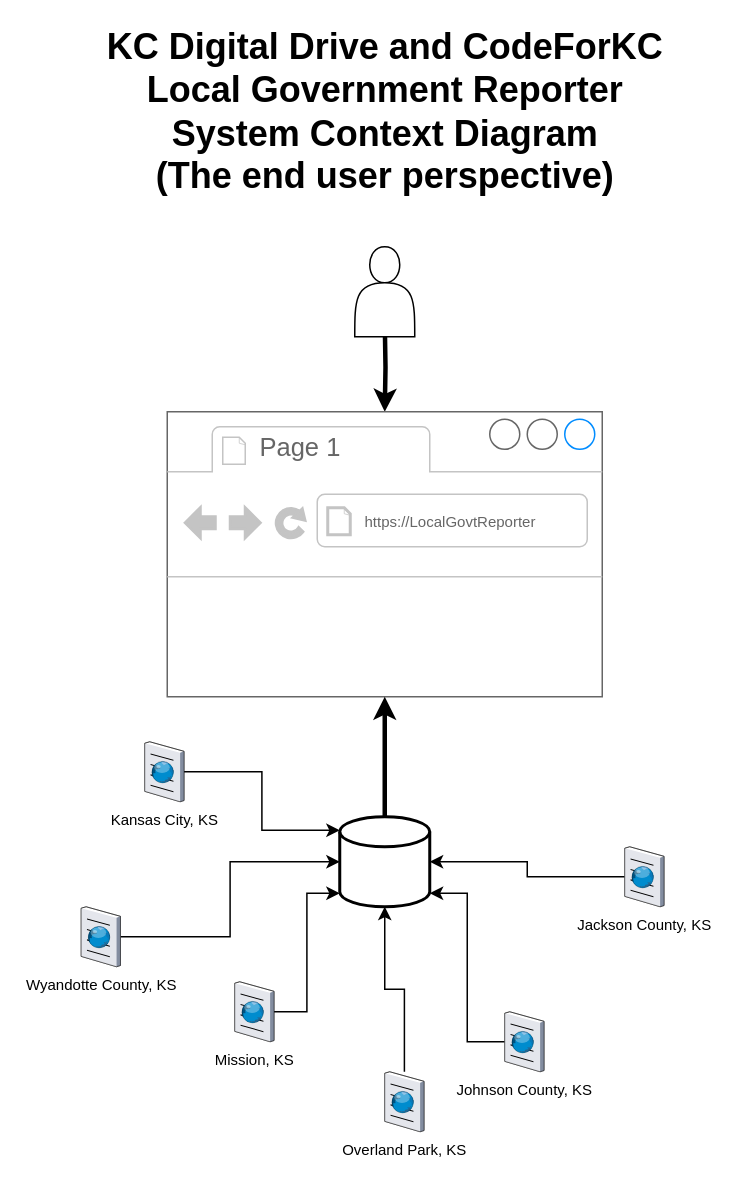
Earlier version of the draw.io diagram TestDrawing.drawio (RobKraft/SoftwareDevelopmentProcesses). Source tidied: cells renumbered, new cells numbered last; positions are measured from the earlier drawing's top-left corner, leaving out a move shared by most shapes. Both pictures are drawn from the tidied source at 150%, with x=0, y=0 at pixel (81, 81).
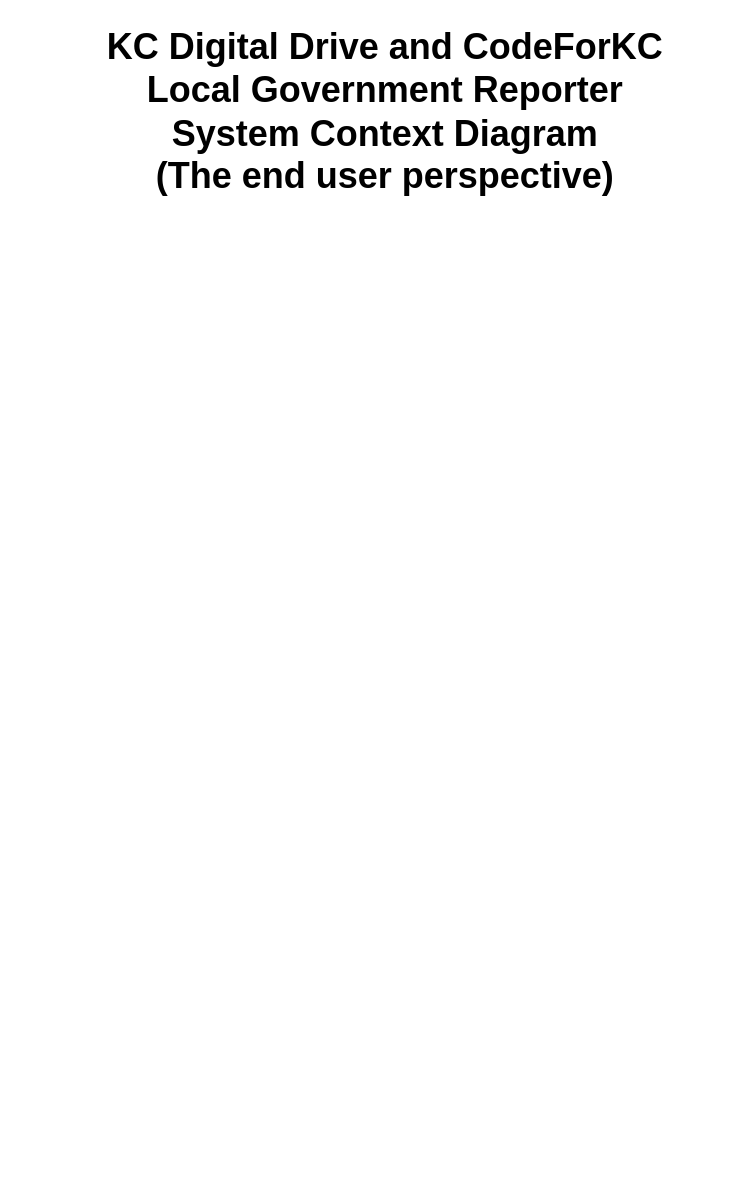
The same diagram, later.

The edit, as a diff of the source:
```diff
@@
-    <mxCell id="2" style="edgeStyle=orthogonalEdgeStyle;rounded=0;jettySize=auto;html=1;strokeWidth=3;fontSize=10;" parent="1" edge="1" target="5">
-      <mxGeometry relative="1" as="geometry">
-        <mxPoint x="202" y="160" as="sourcePoint" />
-      </mxGeometry>
-    </mxCell>
-    <mxCell id="3" style="shape=actor;whiteSpace=wrap;html=1;" parent="1" vertex="1">
-      <mxGeometry x="182" y="110" width="40" height="60" as="geometry" />
-    </mxCell>
@@
-    <mxCell id="5" style="strokeWidth=1;shadow=0;dashed=0;align=center;html=1;shape=mxgraph.mockup.containers.browserWindow;rSize=0;strokeColor=#666666;strokeColor2=#008cff;strokeColor3=#c4c4c4;mainText=,;" parent="1" vertex="1">
-      <mxGeometry x="57" y="220" width="290" height="190" as="geometry" />
-    </mxCell>
-    <mxCell id="6" value="Page 1" style="strokeWidth=1;shadow=0;dashed=0;align=center;html=1;shape=mxgraph.mockup.containers.anchor;fontSize=17;fontColor=#666666;align=left;" parent="5" vertex="1">
-      <mxGeometry x="60" y="12" width="110" height="26" as="geometry" />
-    </mxCell>
-    <mxCell id="7" value="https://LocalGovtReporter" style="strokeWidth=1;shadow=0;dashed=0;align=center;html=1;shape=mxgraph.mockup.containers.anchor;rSize=0;fontSize=10;fontColor=#666666;align=left;" parent="5" vertex="1">
-      <mxGeometry x="130" y="60" width="130" height="26" as="geometry" />
-    </mxCell>
-    <mxCell id="8" style="edgeStyle=orthogonalEdgeStyle;rounded=0;jettySize=auto;html=1;fontSize=10;strokeWidth=3;" parent="1" edge="1" source="9" target="5">
-      <mxGeometry relative="1" as="geometry" />
-    </mxCell>
-    <mxCell id="9" style="strokeWidth=2;html=1;shape=mxgraph.flowchart.database;whiteSpace=wrap;fontSize=10;" parent="1" vertex="1">
-      <mxGeometry x="172" y="490" width="60" height="60" as="geometry" />
-    </mxCell>
-    <mxCell id="10" style="edgeStyle=orthogonalEdgeStyle;rounded=0;jettySize=auto;html=1;fontSize=10;" parent="1" edge="1" source="11" target="9">
-      <mxGeometry relative="1" as="geometry" />
-    </mxCell>
-    <mxCell id="11" value="Overland Park, KS" style="verticalLabelPosition=bottom;html=1;verticalAlign=top;strokeColor=none;align=center;outlineConnect=0;shape=mxgraph.citrix.browser;fontSize=10;" parent="1" vertex="1">
-      <mxGeometry x="202" y="660" width="26.2" height="40" as="geometry" />
-    </mxCell>
-    <mxCell id="12" style="edgeStyle=orthogonalEdgeStyle;rounded=0;jettySize=auto;html=1;fontSize=10;entryX=1;entryY=0.85;entryDx=0;entryDy=0;entryPerimeter=0;" parent="1" edge="1" source="13" target="9">
-      <mxGeometry relative="1" as="geometry" />
-    </mxCell>
-    <mxCell id="13" value="Johnson County, KS" style="verticalLabelPosition=bottom;html=1;verticalAlign=top;strokeColor=none;align=center;outlineConnect=0;shape=mxgraph.citrix.browser;fontSize=10;" parent="1" vertex="1">
-      <mxGeometry x="282" y="620" width="26.2" height="40" as="geometry" />
-    </mxCell>
-    <mxCell id="14" style="edgeStyle=orthogonalEdgeStyle;rounded=0;jettySize=auto;html=1;fontSize=10;entryX=0;entryY=0.5;entryDx=0;entryDy=0;entryPerimeter=0;" parent="1" edge="1" source="15" target="9">
-      <mxGeometry relative="1" as="geometry" />
-    </mxCell>
-    <mxCell id="15" value="Wyandotte County, KS" style="verticalLabelPosition=bottom;html=1;verticalAlign=top;strokeColor=none;align=center;outlineConnect=0;shape=mxgraph.citrix.browser;fontSize=10;" parent="1" vertex="1">
-      <mxGeometry x="-0.4" y="550" width="26.2" height="40" as="geometry" />
-    </mxCell>
-    <mxCell id="16" style="edgeStyle=orthogonalEdgeStyle;rounded=0;jettySize=auto;html=1;fontSize=10;entryX=0;entryY=0.15;entryDx=0;entryDy=0;entryPerimeter=0;" parent="1" edge="1" source="17" target="9">
-      <mxGeometry relative="1" as="geometry" />
-    </mxCell>
-    <mxCell id="17" value="Kansas City, KS" style="verticalLabelPosition=bottom;html=1;verticalAlign=top;strokeColor=none;align=center;outlineConnect=0;shape=mxgraph.citrix.browser;fontSize=10;" parent="1" vertex="1">
-      <mxGeometry x="42" y="440" width="26.2" height="40" as="geometry" />
-    </mxCell>
-    <mxCell id="18" style="edgeStyle=orthogonalEdgeStyle;rounded=0;jettySize=auto;html=1;fontSize=10;" parent="1" edge="1" source="19" target="9">
-      <mxGeometry relative="1" as="geometry" />
-    </mxCell>
-    <mxCell id="19" value="Jackson County, KS" style="verticalLabelPosition=bottom;html=1;verticalAlign=top;strokeColor=none;align=center;outlineConnect=0;shape=mxgraph.citrix.browser;fontSize=10;" parent="1" vertex="1">
-      <mxGeometry x="362" y="510" width="26.2" height="40" as="geometry" />
-    </mxCell>
-    <mxCell id="20" style="edgeStyle=orthogonalEdgeStyle;rounded=0;jettySize=auto;html=1;fontSize=10;entryX=0;entryY=0.85;entryDx=0;entryDy=0;entryPerimeter=0;" parent="1" edge="1" source="21" target="9">
-      <mxGeometry relative="1" as="geometry" />
-    </mxCell>
-    <mxCell id="21" value="Mission, KS" style="verticalLabelPosition=bottom;html=1;verticalAlign=top;strokeColor=none;align=center;outlineConnect=0;shape=mxgraph.citrix.browser;fontSize=10;" parent="1" vertex="1">
-      <mxGeometry x="102" y="600" width="26.2" height="40" as="geometry" />
-    </mxCell>
```
